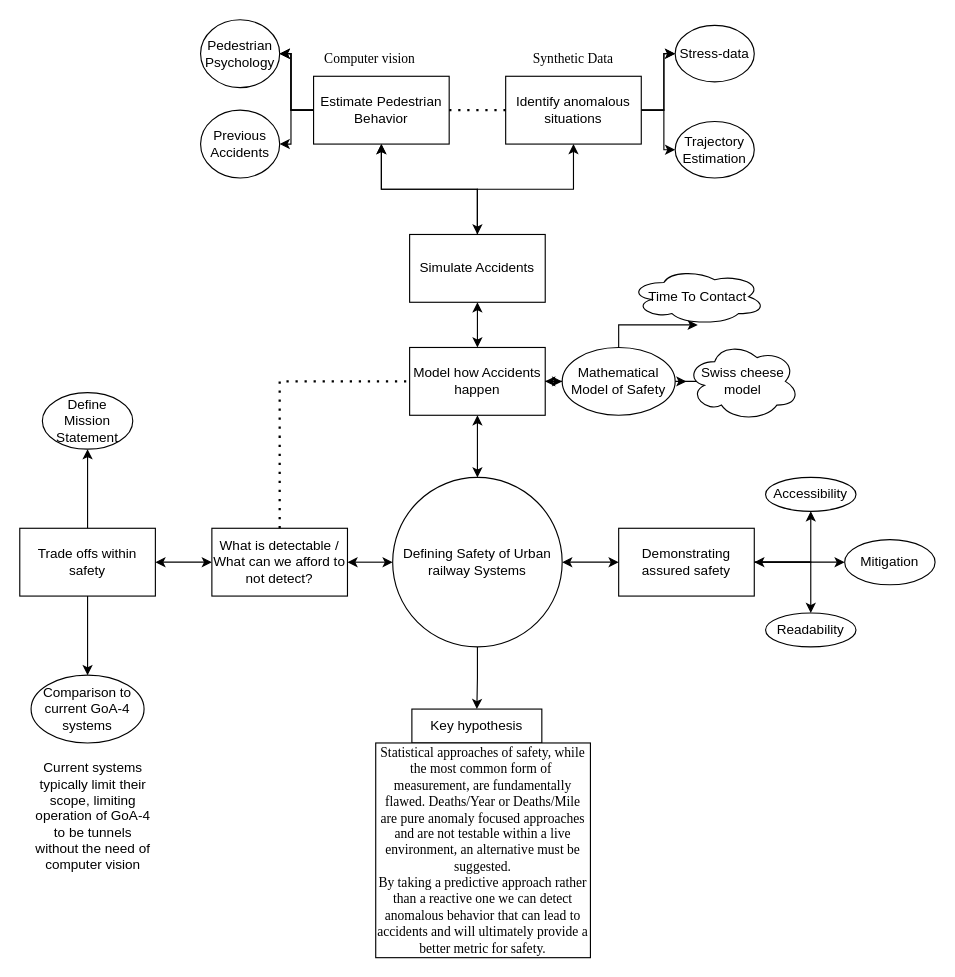
This is Untitled Diagram.drawio from TortoiseFather/SimpleRailwaySim, a draw.io file, before an edit. Source tidied: cells renumbered, new cells numbered last; positions are measured from the earlier drawing's top-left corner, leaving out a move shared by most shapes. Both pictures are drawn from the tidied source at 113%, with x=0, y=0 at pixel (19, 19).
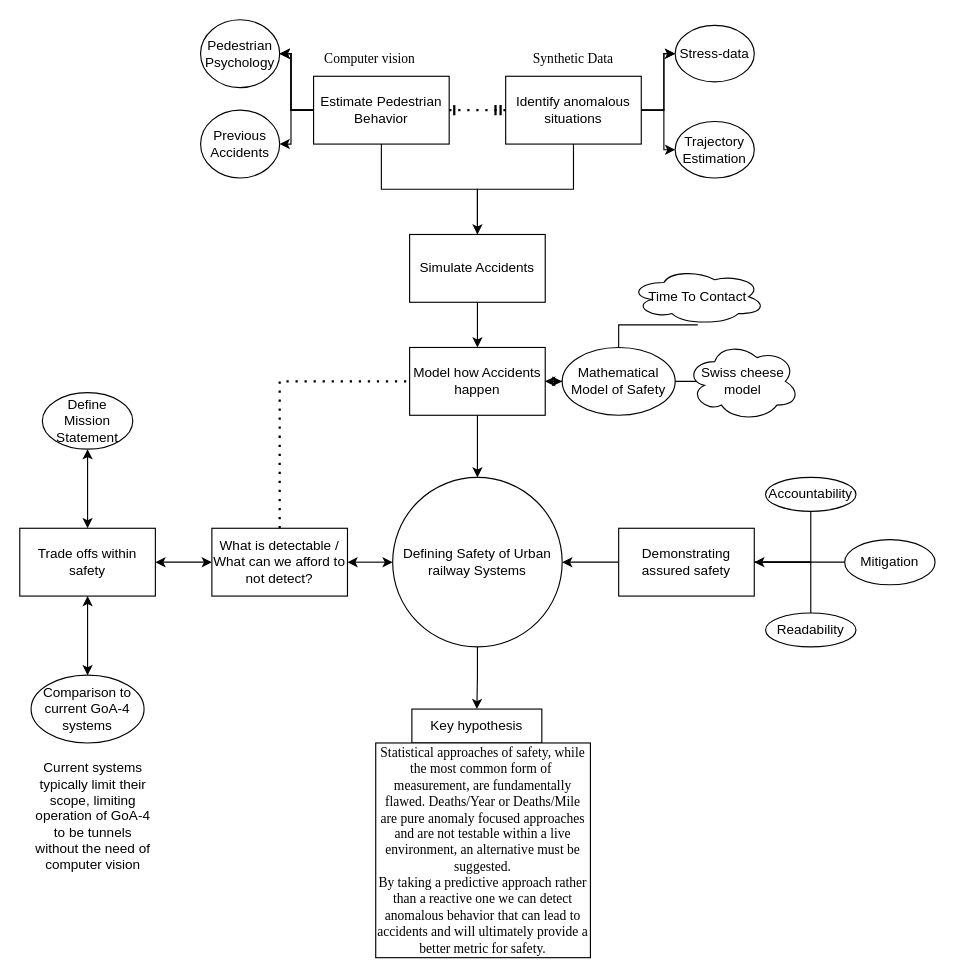
The same diagram, later.

Unchanged cells that the change refers to:
```xml
<mxCell id="6" value="Defining Safety of Urban railway Systems" style="ellipse;whiteSpace=wrap;html=1;" parent="1" vertex="1">
  <mxGeometry x="330" y="405" width="150" height="150" as="geometry" />
</mxCell>
<mxCell id="9" value="Model how Accidents happen" style="whiteSpace=wrap;html=1;" parent="1" vertex="1">
  <mxGeometry x="345" y="290" width="120" height="60" as="geometry" />
</mxCell>
<mxCell id="13" value="Simulate Accidents" style="whiteSpace=wrap;html=1;" parent="1" vertex="1">
  <mxGeometry x="345" y="190" width="120" height="60" as="geometry" />
</mxCell>
<mxCell id="18" value="Estimate Pedestrian Behavior" style="whiteSpace=wrap;html=1;" parent="1" vertex="1">
  <mxGeometry x="260" y="50" width="120" height="60" as="geometry" />
</mxCell>
<mxCell id="22" value="Identify anomalous situations" style="whiteSpace=wrap;html=1;" parent="1" vertex="1">
  <mxGeometry x="430" y="50" width="120" height="60" as="geometry" />
</mxCell>
<mxCell id="27" value="Mathematical Model of Safety" style="ellipse;whiteSpace=wrap;html=1;" parent="1" vertex="1">
  <mxGeometry x="480" y="290" width="100" height="60" as="geometry" />
</mxCell>
<mxCell id="28" value="&lt;div&gt;Swiss cheese&lt;/div&gt;&lt;div&gt;model&lt;br&gt;&lt;/div&gt;" style="ellipse;shape=cloud;whiteSpace=wrap;html=1;" parent="1" vertex="1">
  <mxGeometry x="590" y="285" width="100" height="70" as="geometry" />
</mxCell>
<mxCell id="31" value="Time To Contact" style="ellipse;shape=cloud;whiteSpace=wrap;html=1;" parent="1" vertex="1">
  <mxGeometry x="540" y="220" width="120" height="50" as="geometry" />
</mxCell>
<mxCell id="39" value="Demonstrating assured safety" style="whiteSpace=wrap;html=1;" parent="1" vertex="1">
  <mxGeometry x="530" y="450" width="120" height="60" as="geometry" />
</mxCell>
<mxCell id="40" value="Readability" style="ellipse;whiteSpace=wrap;html=1;" parent="1" vertex="1">
  <mxGeometry x="660" y="525" width="80" height="30" as="geometry" />
</mxCell>
<mxCell id="42" value="Mitigation" style="ellipse;whiteSpace=wrap;html=1;" parent="1" vertex="1">
  <mxGeometry x="730" y="460" width="80" height="40" as="geometry" />
</mxCell>
<mxCell id="49" value="Trade offs within safety" style="whiteSpace=wrap;html=1;" parent="1" vertex="1">
  <mxGeometry y="450" width="120" height="60" as="geometry" />
</mxCell>
<mxCell id="50" value="Define Mission Statement" style="ellipse;whiteSpace=wrap;html=1;" parent="1" vertex="1">
  <mxGeometry x="20" y="330" width="80" height="50" as="geometry" />
</mxCell>
<mxCell id="51" value="Comparison to current GoA-4 systems" style="ellipse;whiteSpace=wrap;html=1;" parent="1" vertex="1">
  <mxGeometry x="10" y="580" width="100" height="60" as="geometry" />
</mxCell>
```

Change to the diagram source:
```diff
@@
-    <mxCell id="2" style="edgeStyle=orthogonalEdgeStyle;rounded=0;jettySize=auto;html=1;startArrow=classic;startFill=1;" parent="1" edge="1" source="6" target="9">
+    <mxCell id="2" style="edgeStyle=orthogonalEdgeStyle;rounded=0;jettySize=auto;html=1;startArrow=classic;startFill=1;endArrow=none;endFill=0;" parent="1" edge="1" source="6" target="9">
       <mxGeometry relative="1" as="geometry" />
     </mxCell>
@@
-    <mxCell id="4" style="edgeStyle=orthogonalEdgeStyle;rounded=0;jettySize=auto;html=1;startArrow=classic;startFill=1;" parent="1" edge="1" source="6" target="39">
+    <mxCell id="4" style="edgeStyle=orthogonalEdgeStyle;rounded=0;jettySize=auto;html=1;startArrow=classic;startFill=1;endArrow=none;endFill=0;" parent="1" edge="1" source="6" target="39">
       <mxGeometry relative="1" as="geometry" />
     </mxCell>
@@
-    <mxCell id="7" style="edgeStyle=orthogonalEdgeStyle;rounded=0;jettySize=auto;html=1;startArrow=classic;startFill=1;" parent="1" edge="1" source="9" target="13">
+    <mxCell id="7" style="edgeStyle=orthogonalEdgeStyle;rounded=0;jettySize=auto;html=1;startArrow=classic;startFill=1;endArrow=none;endFill=0;" parent="1" edge="1" source="9" target="13">
       <mxGeometry relative="1" as="geometry" />
     </mxCell>
@@
-    <mxCell id="10" style="edgeStyle=orthogonalEdgeStyle;rounded=0;jettySize=auto;html=1;" parent="1" edge="1" source="13" target="18">
+    <mxCell id="10" style="edgeStyle=orthogonalEdgeStyle;rounded=0;jettySize=auto;html=1;endArrow=none;endFill=0;" parent="1" edge="1" source="13" target="18">
       <mxGeometry relative="1" as="geometry" />
     </mxCell>
-    <mxCell id="11" style="edgeStyle=orthogonalEdgeStyle;rounded=0;jettySize=auto;html=1;" parent="1" edge="1" source="13" target="18">
-      <mxGeometry relative="1" as="geometry" />
-    </mxCell>
-    <mxCell id="12" style="edgeStyle=orthogonalEdgeStyle;rounded=0;jettySize=auto;html=1;startArrow=classic;startFill=1;" parent="1" edge="1" source="13" target="22">
+    <mxCell id="12" style="edgeStyle=orthogonalEdgeStyle;rounded=0;jettySize=auto;html=1;startArrow=classic;startFill=1;endArrow=none;endFill=0;" parent="1" edge="1" source="13" target="22">
       <mxGeometry relative="1" as="geometry" />
     </mxCell>
@@
-    <mxCell id="25" style="edgeStyle=orthogonalEdgeStyle;rounded=0;jettySize=auto;html=1;" parent="1" edge="1" source="27" target="28">
+    <mxCell id="25" style="edgeStyle=orthogonalEdgeStyle;rounded=0;jettySize=auto;html=1;endArrow=none;endFill=0;" parent="1" edge="1" source="27" target="28">
       <mxGeometry relative="1" as="geometry" />
     </mxCell>
-    <mxCell id="26" style="edgeStyle=orthogonalEdgeStyle;rounded=0;jettySize=auto;html=1;" parent="1" edge="1" source="27" target="31">
+    <mxCell id="26" style="edgeStyle=orthogonalEdgeStyle;rounded=0;jettySize=auto;html=1;endArrow=none;endFill=0;" parent="1" edge="1" source="27" target="31">
       <mxGeometry relative="1" as="geometry" />
     </mxCell>
@@
-    <mxCell id="34" style="endArrow=none;dashed=1;html=1;dashPattern=1 3;strokeWidth=2;rounded=0;exitX=1;exitY=0.5;exitDx=0;exitDy=0;entryX=0;entryY=0.5;entryDx=0;entryDy=0;" parent="1" edge="1" source="18" target="22">
+    <mxCell id="34" style="endArrow=ERmandOne;dashed=1;html=1;dashPattern=1 3;strokeWidth=2;rounded=0;exitX=1;exitY=0.5;exitDx=0;exitDy=0;entryX=0;entryY=0.5;entryDx=0;entryDy=0;endFill=0;startArrow=ERone;startFill=0;" parent="1" edge="1" source="18" target="22">
       <mxGeometry relative="1" as="geometry" />
     </mxCell>
@@
-    <mxCell id="36" style="edgeStyle=orthogonalEdgeStyle;rounded=0;jettySize=auto;html=1;" parent="1" edge="1" source="39" target="40">
+    <mxCell id="36" style="edgeStyle=orthogonalEdgeStyle;rounded=0;jettySize=auto;html=1;endArrow=none;endFill=0;" parent="1" edge="1" source="39" target="40">
       <mxGeometry relative="1" as="geometry" />
     </mxCell>
-    <mxCell id="37" style="edgeStyle=orthogonalEdgeStyle;rounded=0;jettySize=auto;html=1;" parent="1" edge="1" source="39" target="41">
+    <mxCell id="37" style="edgeStyle=orthogonalEdgeStyle;rounded=0;jettySize=auto;html=1;endArrow=none;endFill=0;" parent="1" edge="1" source="39" target="41">
       <mxGeometry relative="1" as="geometry" />
     </mxCell>
-    <mxCell id="38" style="edgeStyle=orthogonalEdgeStyle;rounded=0;jettySize=auto;html=1;startArrow=classic;startFill=1;" parent="1" edge="1" source="39" target="42">
+    <mxCell id="38" style="edgeStyle=orthogonalEdgeStyle;rounded=0;jettySize=auto;html=1;startArrow=classic;startFill=1;endArrow=none;endFill=0;" parent="1" edge="1" source="39" target="42">
       <mxGeometry relative="1" as="geometry" />
     </mxCell>
@@
-    <mxCell id="41" value="Accessibility" style="ellipse;whiteSpace=wrap;html=1;" parent="1" vertex="1">
+    <mxCell id="41" value="Accountability" style="ellipse;whiteSpace=wrap;html=1;" parent="1" vertex="1">
       <mxGeometry x="660" y="405" width="80" height="30" as="geometry" />
     </mxCell>
@@
-    <mxCell id="47" style="edgeStyle=orthogonalEdgeStyle;rounded=0;jettySize=auto;html=1;" parent="1" edge="1" source="49" target="50">
+    <mxCell id="47" style="edgeStyle=orthogonalEdgeStyle;rounded=0;jettySize=auto;html=1;startArrow=classic;startFill=1;" parent="1" edge="1" source="49" target="50">
       <mxGeometry relative="1" as="geometry" />
     </mxCell>
-    <mxCell id="48" style="edgeStyle=orthogonalEdgeStyle;rounded=0;jettySize=auto;html=1;" parent="1" edge="1" source="49" target="51">
+    <mxCell id="48" style="edgeStyle=orthogonalEdgeStyle;rounded=0;jettySize=auto;html=1;startArrow=classic;startFill=1;" parent="1" edge="1" source="49" target="51">
       <mxGeometry relative="1" as="geometry" />
     </mxCell>
```
